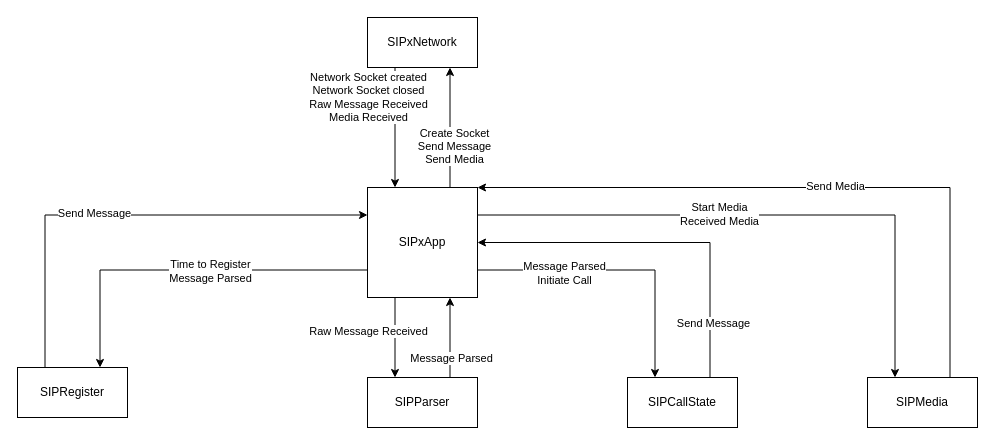
Above: page "Event-Flow" (2 of 6) of doc/class_overview.drawio in dkuehnl/Project_SIPx (draw.io), before the change. Source tidied: cells renumbered, new cells numbered last; positions are measured from the earlier drawing's top-left corner, leaving out a move shared by most shapes. Both pictures are drawn from the tidied source at 100%, with x=0, y=0 at pixel (17, 17).
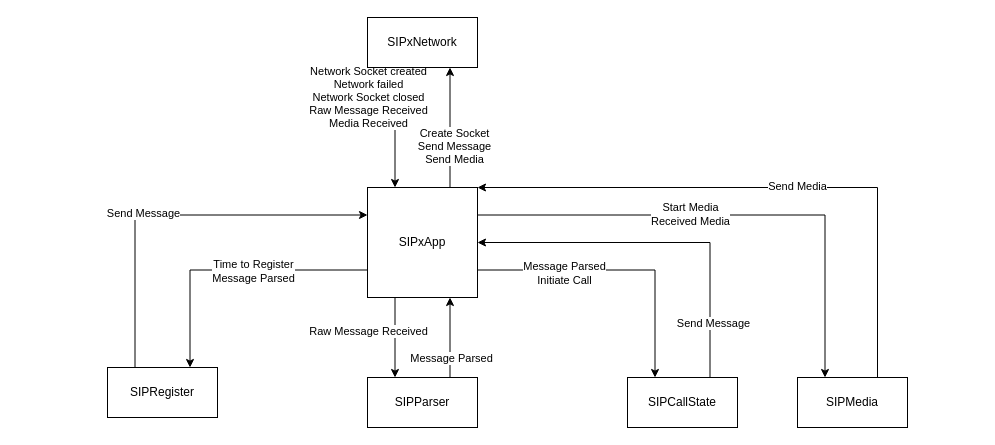
Above is the later version.

Unchanged cells that the change refers to:
```xml
<mxCell id="5" style="edgeStyle=orthogonalEdgeStyle;rounded=0;jettySize=auto;html=1;exitX=0.25;exitY=1;exitDx=0;exitDy=0;entryX=0.25;entryY=0;entryDx=0;entryDy=0;" parent="1" edge="1" source="7" target="18">
  <mxGeometry relative="1" as="geometry" />
</mxCell>
<mxCell id="18" value="SIPxApp" style="html=1;whiteSpace=wrap;" parent="1" vertex="1">
  <mxGeometry x="350" y="170" width="110" height="110" as="geometry" />
</mxCell>
```

Change to the diagram source:
```diff
@@
-    <mxCell id="6" value="Network Socket created&lt;div&gt;Network Socket closed&lt;/div&gt;&lt;div&gt;Raw Message Received&lt;/div&gt;&lt;div&gt;Media Received&lt;/div&gt;" style="edgeLabel;html=1;align=center;verticalAlign=middle;" parent="5" vertex="1">
+    <mxCell id="6" value="Network Socket created&lt;div&gt;Network failed&lt;br&gt;&lt;div&gt;Network Socket closed&lt;/div&gt;&lt;div&gt;Raw Message Received&lt;/div&gt;&lt;div&gt;Media Received&lt;/div&gt;&lt;/div&gt;" style="edgeLabel;html=1;align=center;verticalAlign=middle;" parent="5" vertex="1">
       <mxGeometry x="-0.26" y="-3" relative="1" as="geometry">
         <mxPoint x="-24" y="-15" as="offset" />
       </mxGeometry>
     </mxCell>
@@
     <mxCell id="21" value="SIPRegister" style="html=1;whiteSpace=wrap;" parent="1" vertex="1">
-      <mxGeometry y="350" width="110" height="50" as="geometry" />
+      <mxGeometry x="90" y="350" width="110" height="50" as="geometry" />
     </mxCell>
@@
     <mxCell id="25" style="edgeStyle=orthogonalEdgeStyle;rounded=0;jettySize=auto;html=1;exitX=0.75;exitY=0;exitDx=0;exitDy=0;entryX=1;entryY=0;entryDx=0;entryDy=0;" parent="1" edge="1" source="27" target="18">
       <mxGeometry relative="1" as="geometry">
         <Array as="points">
-          <mxPoint x="933" y="170" />
+          <mxPoint x="860" y="360" />
+          <mxPoint x="860" y="170" />
         </Array>
       </mxGeometry>
     </mxCell>
@@
     <mxCell id="27" value="SIPMedia" style="html=1;whiteSpace=wrap;" parent="1" vertex="1">
-      <mxGeometry x="850" y="360" width="110" height="50" as="geometry" />
+      <mxGeometry x="780" y="360" width="110" height="50" as="geometry" />
     </mxCell>
```
